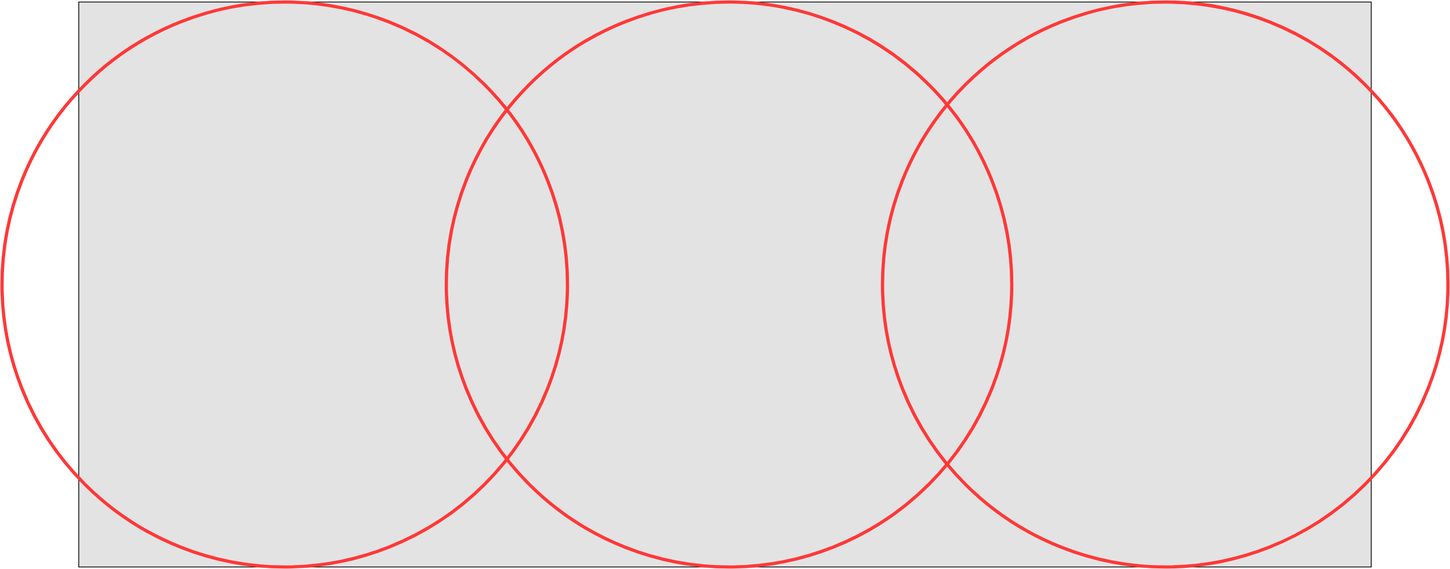
Before: 课程/有限元分析/assets/3transducer.svg, a diagram exported from draw.io (SiO260084/Notes-in-NWAFU). Source tidied: cells renumbered, new cells last; positions are measured from the earlier drawing's top-left corner, leaving out a move shared by most shapes. Source of this version:
```xml
<mxGraphModel>
  <root>
    <mxCell id="0" />
    <mxCell id="1" parent="0" />
    <mxCell id="2" style="rounded=0;whiteSpace=wrap;html=1;fillColor=light-dark(#e3e3e3, #ededed);" parent="1" vertex="1">
      <mxGeometry x="95" width="1600" height="700" as="geometry" />
    </mxCell>
    <mxCell id="3" style="ellipse;whiteSpace=wrap;html=1;fillColor=none;strokeColor=#FF3838;strokeWidth=4;comic=0;" parent="1" vertex="1">
      <mxGeometry width="700" height="700" as="geometry" />
    </mxCell>
    <mxCell id="4" style="ellipse;whiteSpace=wrap;html=1;fillColor=none;strokeColor=#FF3838;strokeWidth=4;" parent="1" vertex="1">
      <mxGeometry x="550" width="700" height="700" as="geometry" />
    </mxCell>
    <mxCell id="5" style="ellipse;whiteSpace=wrap;html=1;fillColor=none;strokeColor=#FF3838;strokeWidth=4;" parent="1" vertex="1">
      <mxGeometry x="1090" width="700" height="700" as="geometry" />
    </mxCell>
  </root>
</mxGraphModel>
```
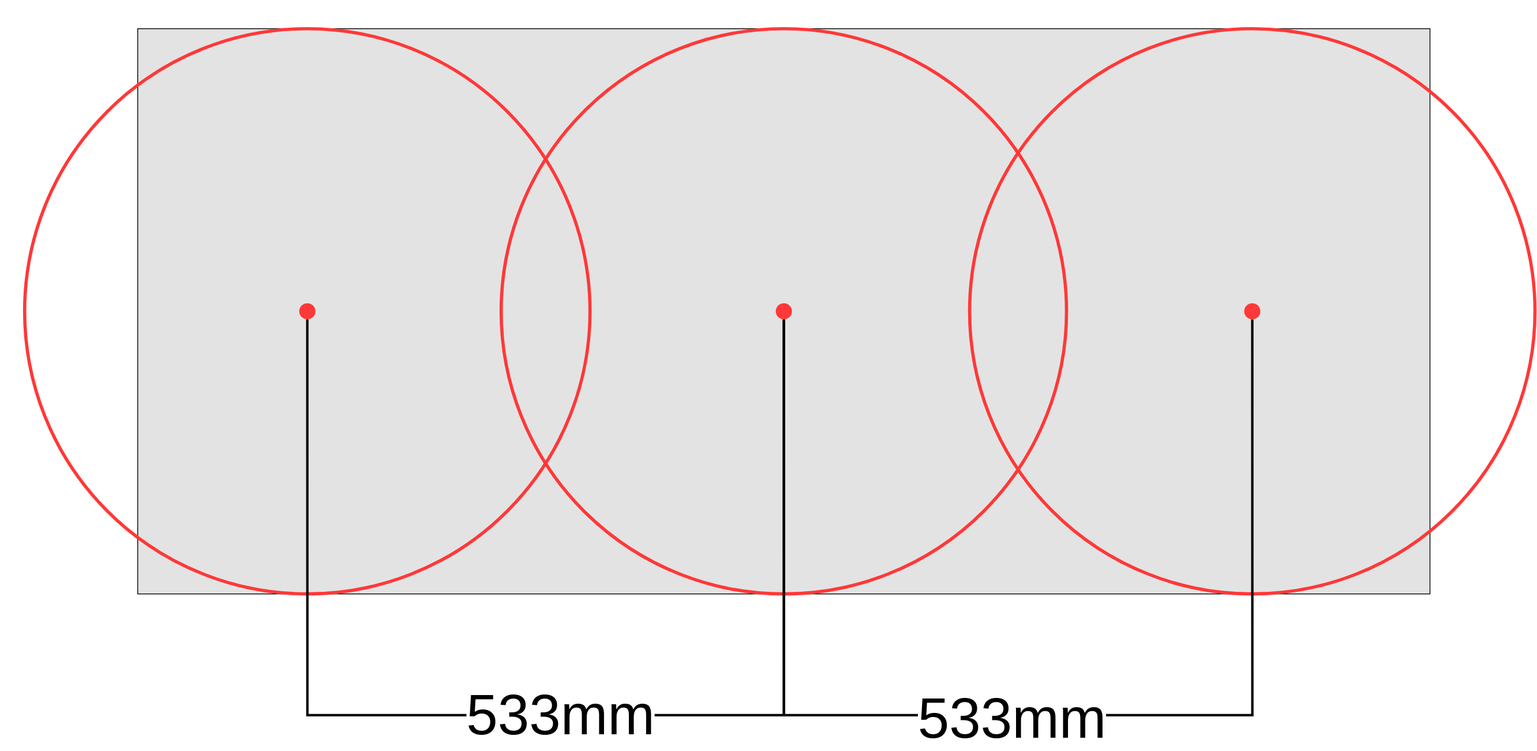
Later version of the same file.

Diff of the diagram source:
```diff
@@ -5,14 +5,48 @@
     <mxCell id="2" style="rounded=0;whiteSpace=wrap;html=1;fillColor=light-dark(#e3e3e3, #ededed);" parent="1" vertex="1">
       <mxGeometry x="95" width="1600" height="700" as="geometry" />
     </mxCell>
+    <mxCell id="4" style="ellipse;whiteSpace=wrap;html=1;fillColor=none;strokeColor=#FF3838;strokeWidth=4;" parent="1" vertex="1">
+      <mxGeometry x="1125" width="700" height="700" as="geometry" />
+    </mxCell>
+    <mxCell id="6" style="ellipse;whiteSpace=wrap;html=1;fillColor=none;strokeColor=#FF3838;strokeWidth=4;comic=0;" parent="1" vertex="1">
+      <mxGeometry x="545" width="700" height="700" as="geometry" />
+    </mxCell>
+    <mxCell id="7" style="group;" parent="1" vertex="1">
+      <mxGeometry x="-75" y="-35" width="700" height="700" as="geometry" />
+    </mxCell>
-    <mxCell id="3" style="ellipse;whiteSpace=wrap;html=1;fillColor=none;strokeColor=#FF3838;strokeWidth=4;comic=0;" parent="1" vertex="1">
-      <mxGeometry width="700" height="700" as="geometry" />
+    <mxCell id="3" style="ellipse;whiteSpace=wrap;html=1;fillColor=none;strokeColor=#FF3838;strokeWidth=4;comic=0;" parent="7" vertex="1">
+      <mxGeometry x="30" y="35" width="700" height="700" as="geometry" />
     </mxCell>
-    <mxCell id="4" style="ellipse;whiteSpace=wrap;html=1;fillColor=none;strokeColor=#FF3838;strokeWidth=4;" parent="1" vertex="1">
-      <mxGeometry x="550" width="700" height="700" as="geometry" />
-    </mxCell>
-    <mxCell id="5" style="ellipse;whiteSpace=wrap;html=1;fillColor=none;strokeColor=#FF3838;strokeWidth=4;" parent="1" vertex="1">
-      <mxGeometry x="1090" width="700" height="700" as="geometry" />
-    </mxCell>
+    <mxCell id="8" style="ellipse;whiteSpace=wrap;html=1;fillColor=light-dark(#FF3838,#FF8989);strokeColor=none;" parent="7" vertex="1">
+      <mxGeometry x="370" y="375" width="20" height="20" as="geometry" />
+    </mxCell>
+    <mxCell id="9" style="edgeStyle=orthogonalEdgeStyle;rounded=0;jettySize=auto;html=1;exitX=0.5;exitY=1;exitDx=0;exitDy=0;entryX=0.5;entryY=1;entryDx=0;entryDy=0;strokeWidth=3;endArrow=none;endFill=0;" parent="1" edge="1" source="11" target="12">
+      <mxGeometry relative="1" as="geometry">
+        <Array as="points">
+          <mxPoint x="895" y="850" />
+          <mxPoint x="1475" y="850" />
+        </Array>
+      </mxGeometry>
+    </mxCell>
+    <mxCell id="10" value="&lt;font style=&quot;font-size: 70px;&quot;&gt;533mm&lt;/font&gt;" style="edgeLabel;html=1;align=center;verticalAlign=middle;" parent="9" vertex="1">
+      <mxGeometry x="-0.01" y="-2" relative="1" as="geometry" />
+    </mxCell>
+    <mxCell id="11" style="ellipse;whiteSpace=wrap;html=1;fillColor=light-dark(#FF3838,#FF8989);strokeColor=none;" parent="1" vertex="1">
+      <mxGeometry x="885" y="340" width="20" height="20" as="geometry" />
+    </mxCell>
+    <mxCell id="12" style="ellipse;whiteSpace=wrap;html=1;fillColor=light-dark(#FF3838,#FF8989);strokeColor=none;" parent="1" vertex="1">
+      <mxGeometry x="1465" y="340" width="20" height="20" as="geometry" />
+    </mxCell>
+    <mxCell id="13" style="edgeStyle=orthogonalEdgeStyle;rounded=0;jettySize=auto;html=1;exitX=0.5;exitY=1;exitDx=0;exitDy=0;entryX=0.5;entryY=1;entryDx=0;entryDy=0;endArrow=none;endFill=0;strokeWidth=3;" parent="1" edge="1" source="8" target="11">
+      <mxGeometry relative="1" as="geometry">
+        <Array as="points">
+          <mxPoint x="305" y="850" />
+          <mxPoint x="895" y="850" />
+        </Array>
+      </mxGeometry>
+    </mxCell>
+    <mxCell id="14" value="&lt;div&gt;533mm&lt;/div&gt;" style="edgeLabel;html=1;align=center;verticalAlign=middle;fontSize=70;" parent="13" vertex="1">
+      <mxGeometry x="0.02" y="2" relative="1" as="geometry" />
+    </mxCell>
   </root>
 </mxGraphModel>
```
